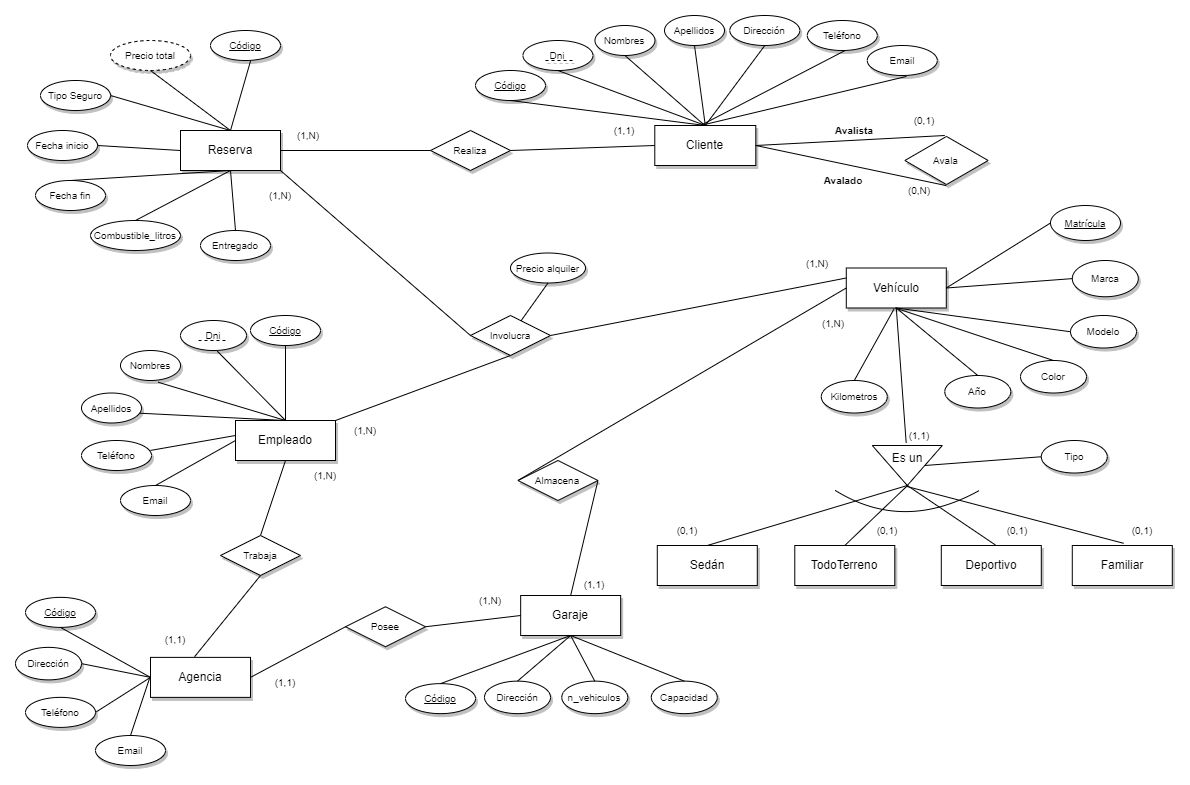
The draw.io diagram ER_alquiler_coches.drawio.png in Fabrizzioperilli/Rent-a-car, before a commit. Source tidied: cells renumbered, new cells last; positions are measured from the earlier drawing's top-left corner, leaving out a move shared by most shapes.
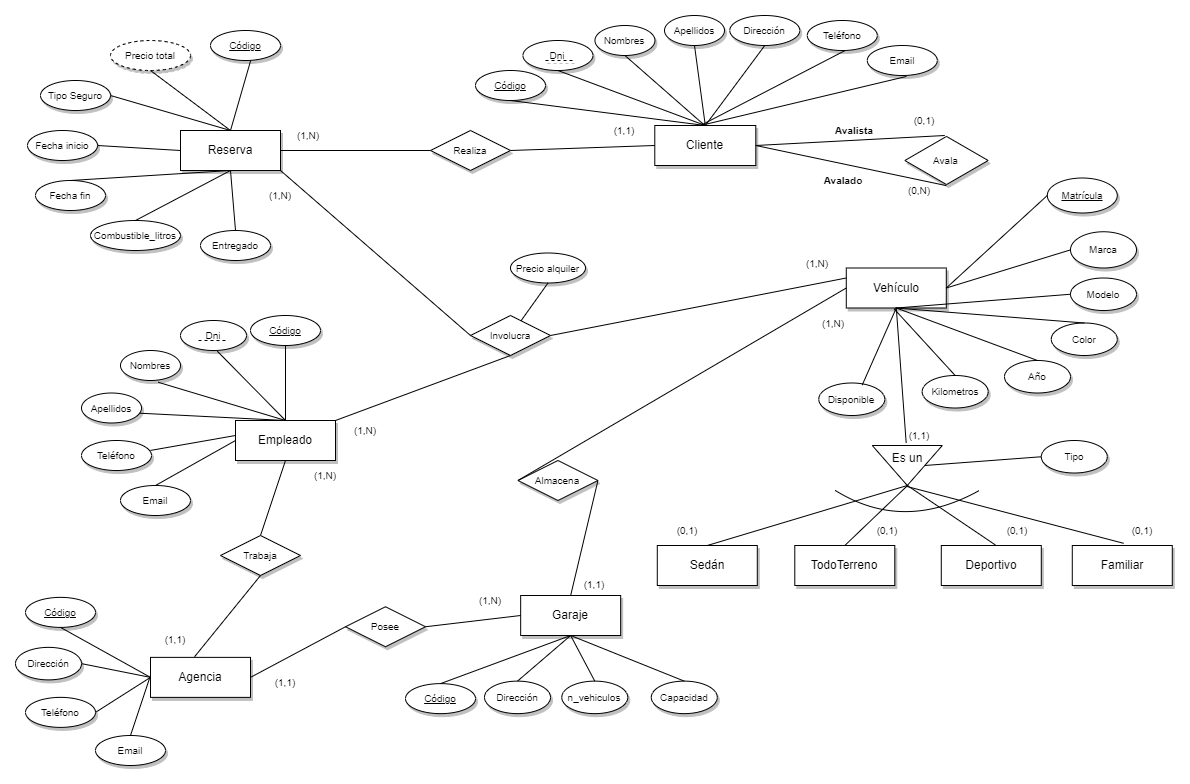
After the change.

Diff of the diagram source:
```diff
@@ -127,7 +127,7 @@
       <mxGeometry x="245" y="165" width="40" height="30" as="geometry" />
     </mxCell>
     <mxCell id="40" value="&lt;u&gt;Matrícula&lt;/u&gt;" style="ellipse;whiteSpace=wrap;html=1;shadow=1;fontSize=10;" parent="1" vertex="1">
-      <mxGeometry x="1035" y="190" width="70" height="35" as="geometry" />
+      <mxGeometry x="1031.8" y="162.5" width="70" height="35" as="geometry" />
     </mxCell>
     <mxCell id="41" value="&lt;font style=&quot;font-size: 10px;&quot;&gt;Precio alquiler&lt;/font&gt;" style="ellipse;whiteSpace=wrap;html=1;shadow=1;" parent="1" vertex="1">
       <mxGeometry x="495" y="237.5" width="75" height="30" as="geometry" />
@@ -139,19 +139,19 @@
       <mxGeometry relative="1" as="geometry" />
     </mxCell>
     <mxCell id="44" value="&lt;font style=&quot;font-size: 10px;&quot;&gt;Marca&lt;/font&gt;" style="ellipse;whiteSpace=wrap;html=1;shadow=1;" parent="1" vertex="1">
-      <mxGeometry x="1056.8" y="245" width="66" height="36.2" as="geometry" />
+      <mxGeometry x="1055" y="216.2" width="66" height="36.2" as="geometry" />
     </mxCell>
     <mxCell id="45" style="endArrow=none;html=1;rounded=0;fontSize=10;exitX=1;exitY=0.5;exitDx=0;exitDy=0;entryX=0;entryY=0.5;entryDx=0;entryDy=0;" parent="1" edge="1" source="4" target="44">
       <mxGeometry relative="1" as="geometry" />
     </mxCell>
     <mxCell id="46" value="&lt;font style=&quot;font-size: 10px;&quot;&gt;Modelo&lt;/font&gt;" style="ellipse;whiteSpace=wrap;html=1;shadow=1;" parent="1" vertex="1">
-      <mxGeometry x="1055" y="300" width="66" height="32.5" as="geometry" />
+      <mxGeometry x="1055" y="262.5" width="66" height="32.5" as="geometry" />
     </mxCell>
     <mxCell id="47" style="endArrow=none;html=1;rounded=0;fontSize=10;entryX=0;entryY=0.5;entryDx=0;entryDy=0;exitX=0.5;exitY=1;exitDx=0;exitDy=0;" parent="1" edge="1" source="4" target="46">
       <mxGeometry relative="1" as="geometry" />
     </mxCell>
     <mxCell id="48" value="&lt;font style=&quot;font-size: 10px;&quot;&gt;Color&lt;/font&gt;" style="ellipse;whiteSpace=wrap;html=1;shadow=1;" parent="1" vertex="1">
-      <mxGeometry x="1005" y="345" width="66" height="32.5" as="geometry" />
+      <mxGeometry x="1035.8" y="307.5" width="66" height="32.5" as="geometry" />
     </mxCell>
     <mxCell id="49" style="endArrow=none;html=1;rounded=0;fontSize=10;entryX=0.5;entryY=0;entryDx=0;entryDy=0;" parent="1" edge="1" target="48">
       <mxGeometry relative="1" as="geometry">
@@ -159,7 +159,7 @@
       </mxGeometry>
     </mxCell>
     <mxCell id="50" value="&lt;font style=&quot;font-size: 10px;&quot;&gt;Año&lt;/font&gt;" style="ellipse;whiteSpace=wrap;html=1;shadow=1;" parent="1" vertex="1">
-      <mxGeometry x="929.3" y="360" width="66" height="32.5" as="geometry" />
+      <mxGeometry x="989" y="345" width="66" height="32.5" as="geometry" />
     </mxCell>
     <mxCell id="51" style="endArrow=none;html=1;rounded=0;fontSize=10;entryX=0.5;entryY=0;entryDx=0;entryDy=0;exitX=0.5;exitY=1;exitDx=0;exitDy=0;" parent="1" edge="1" source="4" target="50">
       <mxGeometry relative="1" as="geometry" />
@@ -306,7 +306,7 @@
       <mxGeometry x="1096.8" y="500" width="60" height="30" as="geometry" />
     </mxCell>
     <mxCell id="95" value="&lt;font style=&quot;font-size: 10px;&quot;&gt;Kilometros&lt;/font&gt;" style="ellipse;whiteSpace=wrap;html=1;shadow=1;" parent="1" vertex="1">
-      <mxGeometry x="805.8" y="365" width="66" height="32.5" as="geometry" />
+      <mxGeometry x="906.7" y="360" width="66" height="32.5" as="geometry" />
     </mxCell>
     <mxCell id="96" style="endArrow=none;html=1;rounded=0;fontSize=10;entryX=0.5;entryY=0;entryDx=0;entryDy=0;exitX=0.478;exitY=1.021;exitDx=0;exitDy=0;exitPerimeter=0;" parent="1" edge="1" source="4" target="95">
       <mxGeometry relative="1" as="geometry" />
@@ -431,5 +431,11 @@
         <mxPoint x="135" y="660" as="targetPoint" />
       </mxGeometry>
     </mxCell>
+    <mxCell id="133" value="&lt;font style=&quot;font-size: 10px;&quot;&gt;Disponible&lt;/font&gt;" style="ellipse;whiteSpace=wrap;html=1;shadow=1;" parent="1" vertex="1">
+      <mxGeometry x="803.3" y="367.5" width="66" height="32.5" as="geometry" />
+    </mxCell>
+    <mxCell id="134" style="endArrow=none;html=1;rounded=0;fontSize=10;entryX=0.658;entryY=0.062;entryDx=0;entryDy=0;exitX=0.5;exitY=1;exitDx=0;exitDy=0;entryPerimeter=0;" parent="1" edge="1" source="4" target="133">
+      <mxGeometry relative="1" as="geometry" />
+    </mxCell>
   </root>
 </mxGraphModel>
```
